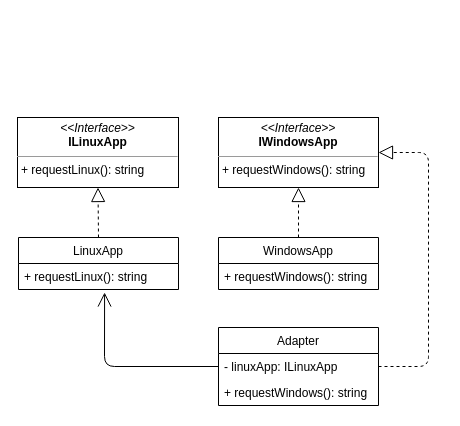
Above: Structural_patterns/adapter/adapter.drawio in Nik6996/test_pattern (draw.io), before the change. Source tidied: cells renumbered, new cells numbered last; positions are measured from the earlier drawing's top-left corner, leaving out a move shared by most shapes. Both pictures are drawn from the tidied source at 100%, with x=0, y=0 at pixel (17, 117).
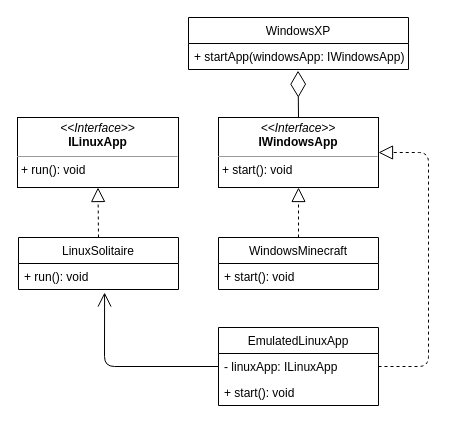
The same page after the edit.

What changed in the source:
```diff
@@
-    <mxCell id="4" value="&lt;p style=&quot;margin: 0px ; margin-top: 4px ; text-align: center&quot;&gt;&lt;i&gt;&amp;lt;&amp;lt;Interface&amp;gt;&amp;gt;&lt;/i&gt;&lt;br&gt;&lt;b&gt;IWindowsApp&lt;/b&gt;&lt;/p&gt;&lt;hr size=&quot;1&quot;&gt;&lt;p style=&quot;margin: 0px ; margin-left: 4px&quot;&gt;&lt;span&gt;+ requestWindows(): string&lt;/span&gt;&lt;br&gt;&lt;/p&gt;" style="verticalAlign=top;align=left;overflow=fill;fontSize=12;fontFamily=Helvetica;html=1;" parent="1" vertex="1">
+    <mxCell id="4" value="&lt;p style=&quot;margin: 0px ; margin-top: 4px ; text-align: center&quot;&gt;&lt;i&gt;&amp;lt;&amp;lt;Interface&amp;gt;&amp;gt;&lt;/i&gt;&lt;br&gt;&lt;b&gt;IWindowsApp&lt;/b&gt;&lt;/p&gt;&lt;hr size=&quot;1&quot;&gt;&lt;p style=&quot;margin: 0px ; margin-left: 4px&quot;&gt;&lt;span&gt;+ start(): void&lt;/span&gt;&lt;br&gt;&lt;/p&gt;" style="verticalAlign=top;align=left;overflow=fill;fontSize=12;fontFamily=Helvetica;html=1;" parent="1" vertex="1">
       <mxGeometry x="201" width="160" height="70" as="geometry" />
     </mxCell>
-    <mxCell id="5" value="&lt;p style=&quot;margin: 0px ; margin-top: 4px ; text-align: center&quot;&gt;&lt;i&gt;&amp;lt;&amp;lt;Interface&amp;gt;&amp;gt;&lt;/i&gt;&lt;br&gt;&lt;b&gt;ILinuxApp&lt;/b&gt;&lt;/p&gt;&lt;hr size=&quot;1&quot;&gt;&lt;p style=&quot;margin: 0px ; margin-left: 4px&quot;&gt;&lt;span&gt;+ requestLinux(): string&lt;/span&gt;&lt;br&gt;&lt;/p&gt;" style="verticalAlign=top;align=left;overflow=fill;fontSize=12;fontFamily=Helvetica;html=1;" parent="1" vertex="1">
+    <mxCell id="5" value="&lt;p style=&quot;margin: 0px ; margin-top: 4px ; text-align: center&quot;&gt;&lt;i&gt;&amp;lt;&amp;lt;Interface&amp;gt;&amp;gt;&lt;/i&gt;&lt;br&gt;&lt;b&gt;ILinuxApp&lt;/b&gt;&lt;/p&gt;&lt;hr size=&quot;1&quot;&gt;&lt;p style=&quot;margin: 0px ; margin-left: 4px&quot;&gt;&lt;span&gt;+ run(): void&lt;/span&gt;&lt;br&gt;&lt;/p&gt;" style="verticalAlign=top;align=left;overflow=fill;fontSize=12;fontFamily=Helvetica;html=1;" parent="1" vertex="1">
       <mxGeometry width="161" height="70" as="geometry" />
     </mxCell>
-    <mxCell id="6" value="WindowsApp" style="swimlane;fontStyle=0;horizontal=1;startSize=26;fillColor=none;" parent="1" vertex="1">
+    <mxCell id="6" value="WindowsMinecraft" style="swimlane;fontStyle=0;horizontal=1;startSize=26;fillColor=none;" parent="1" vertex="1">
       <mxGeometry x="201" y="120" width="160" height="52" as="geometry" />
     </mxCell>
-    <mxCell id="7" value="+ requestWindows(): string" style="text;strokeColor=none;fillColor=none;align=left;verticalAlign=top;spacingLeft=4;spacingRight=4;overflow=hidden;" parent="6" vertex="1">
+    <mxCell id="7" value="+ start(): void" style="text;strokeColor=none;fillColor=none;align=left;verticalAlign=top;spacingLeft=4;spacingRight=4;overflow=hidden;" parent="6" vertex="1">
       <mxGeometry y="26" width="160" height="26" as="geometry" />
     </mxCell>
-    <mxCell id="8" value="LinuxApp" style="swimlane;fontStyle=0;horizontal=1;startSize=26;fillColor=none;" parent="1" vertex="1">
+    <mxCell id="8" value="LinuxSolitaire" style="swimlane;fontStyle=0;horizontal=1;startSize=26;fillColor=none;" parent="1" vertex="1">
       <mxGeometry x="1" y="120" width="160" height="52" as="geometry" />
     </mxCell>
-    <mxCell id="9" value="+ requestLinux(): string" style="text;strokeColor=none;fillColor=none;align=left;verticalAlign=top;spacingLeft=4;spacingRight=4;overflow=hidden;points=[[0,0.5],[1,0.5]];portConstraint=eastwest;" parent="8" vertex="1">
+    <mxCell id="9" value="+ run(): void" style="text;strokeColor=none;fillColor=none;align=left;verticalAlign=top;spacingLeft=4;spacingRight=4;overflow=hidden;points=[[0,0.5],[1,0.5]];portConstraint=eastwest;" parent="8" vertex="1">
       <mxGeometry y="26" width="160" height="26" as="geometry" />
     </mxCell>
@@
-    <mxCell id="12" value="Adapter" style="swimlane;fontStyle=0;horizontal=1;startSize=26;fillColor=none;" parent="1" vertex="1">
+    <mxCell id="12" value="EmulatedLinuxApp" style="swimlane;fontStyle=0;horizontal=1;startSize=26;fillColor=none;" parent="1" vertex="1">
       <mxGeometry x="201" y="210" width="160" height="78" as="geometry" />
     </mxCell>
@@
-    <mxCell id="14" value="+ requestWindows(): string" style="text;strokeColor=none;fillColor=none;align=left;verticalAlign=top;spacingLeft=4;spacingRight=4;overflow=hidden;" parent="12" vertex="1">
+    <mxCell id="14" value="+ start(): void" style="text;strokeColor=none;fillColor=none;align=left;verticalAlign=top;spacingLeft=4;spacingRight=4;overflow=hidden;" parent="12" vertex="1">
       <mxGeometry y="52" width="160" height="26" as="geometry" />
     </mxCell>
@@
+    <mxCell id="17" value="WindowsXP" style="swimlane;fontStyle=0;horizontal=1;startSize=26;fillColor=none;" parent="1" vertex="1">
+      <mxGeometry x="171" y="-100" width="220" height="52" as="geometry" />
+    </mxCell>
+    <mxCell id="18" value="+ startApp(windowsApp: IWindowsApp)" style="text;strokeColor=none;fillColor=none;align=left;verticalAlign=top;spacingLeft=4;spacingRight=4;overflow=hidden;points=[[0,0.5],[1,0.5]];portConstraint=eastwest;" parent="17" vertex="1">
+      <mxGeometry y="26" width="220" height="26" as="geometry" />
+    </mxCell>
+    <mxCell id="19" style="endArrow=diamondThin;endFill=0;endSize=24;html=1;entryX=0.498;entryY=1.046;entryDx=0;entryDy=0;exitX=0.5;exitY=0;exitDx=0;exitDy=0;entryPerimeter=0;" parent="1" edge="1" source="4" target="18">
+      <mxGeometry relative="1" as="geometry" />
+    </mxCell>
```
